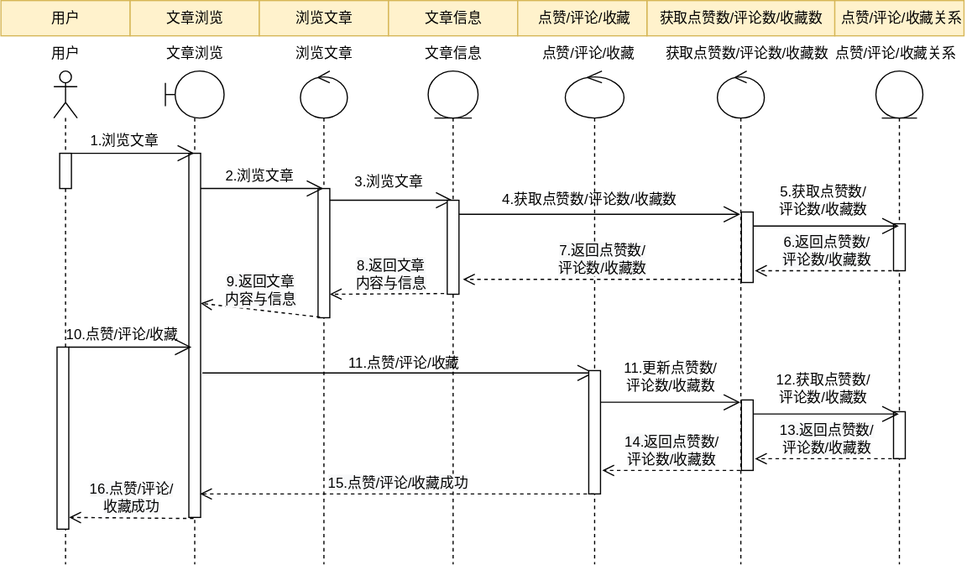
The draw.io diagram 文章浏览序列图.drawio.svg in WuShangMo/SquidGame1, before a commit. Source tidied: cells renumbered, new cells last; positions are measured from the earlier drawing's top-left corner, leaving out a move shared by most shapes.
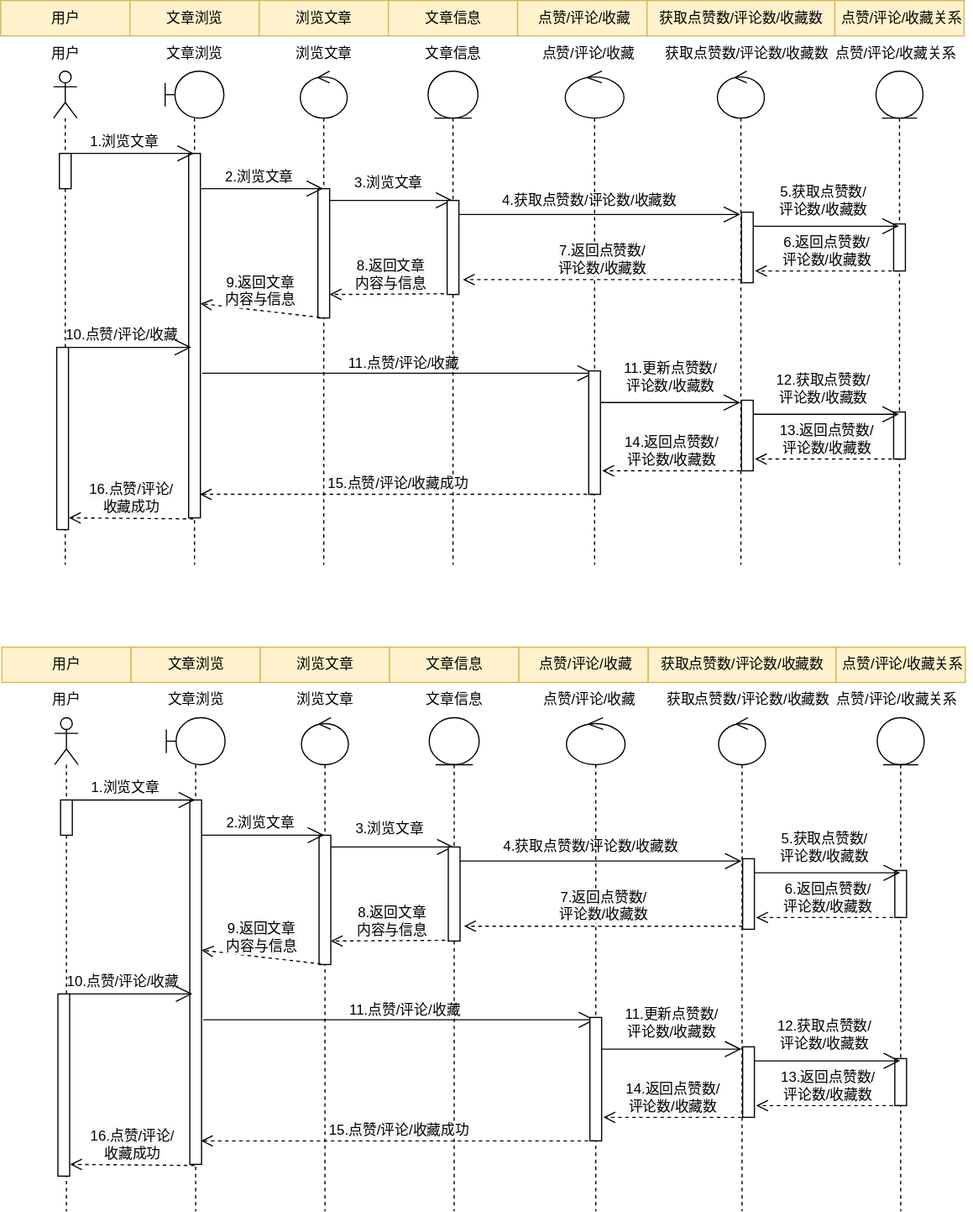
The same file after the commit.

Commit message:
更新文章浏览序列图.drawio.svg

Change to the diagram source:
```diff
@@ -210,5 +210,213 @@
         <mxPoint x="58.1" y="440" as="targetPoint" />
       </mxGeometry>
     </mxCell>
+    <mxCell id="59" value="用户" style="html=1;fillColor=#fff2cc;strokeColor=#d6b656;" parent="1" vertex="1">
+      <mxGeometry x="1" y="550" width="110" height="30" as="geometry" />
+    </mxCell>
+    <mxCell id="60" value="文章浏览" style="html=1;fillColor=#fff2cc;strokeColor=#d6b656;" parent="1" vertex="1">
+      <mxGeometry x="111" y="550" width="110" height="30" as="geometry" />
+    </mxCell>
+    <mxCell id="61" value="浏览文章" style="html=1;fillColor=#fff2cc;strokeColor=#d6b656;" parent="1" vertex="1">
+      <mxGeometry x="221" y="550" width="110" height="30" as="geometry" />
+    </mxCell>
+    <mxCell id="62" value="文章信息" style="html=1;fillColor=#fff2cc;strokeColor=#d6b656;" parent="1" vertex="1">
+      <mxGeometry x="331" y="550" width="110" height="30" as="geometry" />
+    </mxCell>
+    <mxCell id="63" value="获取点赞数/评论数/收藏数" style="html=1;fillColor=#fff2cc;strokeColor=#d6b656;" parent="1" vertex="1">
+      <mxGeometry x="551" y="550" width="160" height="30" as="geometry" />
+    </mxCell>
+    <mxCell id="64" value="&amp;nbsp;点赞/评论/收藏关系" style="html=1;fillColor=#fff2cc;strokeColor=#d6b656;" parent="1" vertex="1">
+      <mxGeometry x="711" y="550" width="110" height="30" as="geometry" />
+    </mxCell>
+    <mxCell id="65" value="&amp;nbsp;点赞/评论/收藏" style="html=1;fillColor=#fff2cc;strokeColor=#d6b656;" parent="1" vertex="1">
+      <mxGeometry x="441" y="550" width="110" height="30" as="geometry" />
+    </mxCell>
+    <mxCell id="66" style="shape=umlLifeline;participant=umlBoundary;perimeter=lifelinePerimeter;whiteSpace=wrap;html=1;verticalAlign=top;spacingTop=36;outlineConnect=0;" parent="1" vertex="1">
+      <mxGeometry x="141" y="610" width="50" height="420" as="geometry" />
+    </mxCell>
+    <mxCell id="67" style="html=1;points=[];perimeter=orthogonalPerimeter;" parent="66" vertex="1">
+      <mxGeometry x="20" y="70" width="10" height="310" as="geometry" />
+    </mxCell>
+    <mxCell id="68" style="shape=umlLifeline;participant=umlControl;perimeter=lifelinePerimeter;whiteSpace=wrap;html=1;verticalAlign=top;spacingTop=36;" parent="1" vertex="1">
+      <mxGeometry x="256" y="610" width="40" height="420" as="geometry" />
+    </mxCell>
+    <mxCell id="69" style="html=1;perimeter=orthogonalPerimeter;" parent="68" vertex="1">
+      <mxGeometry x="15" y="100" width="10" height="110" as="geometry" />
+    </mxCell>
+    <mxCell id="70" value="&lt;span style=&quot;font-size: 12px; background-color: rgb(248, 249, 250);&quot;&gt;8.返回文章&lt;br&gt;内容与信息&lt;/span&gt;" style="html=1;verticalAlign=bottom;endArrow=open;dashed=1;endSize=8;rounded=0;exitX=0.333;exitY=0.992;exitDx=0;exitDy=0;exitPerimeter=0;" parent="68" edge="1" source="102">
+      <mxGeometry relative="1" as="geometry">
+        <mxPoint x="25" y="190" as="targetPoint" />
+      </mxGeometry>
+    </mxCell>
+    <mxCell id="71" style="shape=umlLifeline;participant=umlEntity;perimeter=lifelinePerimeter;whiteSpace=wrap;html=1;verticalAlign=top;spacingTop=36;" parent="1" vertex="1">
+      <mxGeometry x="364.8" y="610" width="42.5" height="420" as="geometry" />
+    </mxCell>
+    <mxCell id="72" value="11.点赞/评论/收藏" style="text;html=1;align=center;verticalAlign=middle;strokeColor=none;fillColor=none;" parent="71" vertex="1">
+      <mxGeometry x="-81" y="234" width="120" height="30" as="geometry" />
+    </mxCell>
+    <mxCell id="73" style="shape=umlLifeline;participant=umlControl;perimeter=lifelinePerimeter;whiteSpace=wrap;html=1;verticalAlign=top;spacingTop=36;outlineConnect=0;" parent="1" vertex="1">
+      <mxGeometry x="481.5" y="610" width="50" height="420" as="geometry" />
+    </mxCell>
+    <mxCell id="74" value="4.获取点赞数/评论数/收藏数" style="text;html=1;align=center;verticalAlign=middle;strokeColor=none;fillColor=none;" parent="73" vertex="1">
+      <mxGeometry x="-65" y="95" width="170" height="30" as="geometry" />
+    </mxCell>
+    <mxCell id="75" style="endArrow=open;endFill=1;endSize=12;html=1;rounded=0;jumpSize=10;" parent="73" edge="1" target="73">
+      <mxGeometry relative="1" as="geometry">
+        <mxPoint x="-309" y="257" as="sourcePoint" />
+      </mxGeometry>
+    </mxCell>
+    <mxCell id="76" style="html=1;points=[];perimeter=orthogonalPerimeter;" parent="73" vertex="1">
+      <mxGeometry x="20" y="255" width="10" height="105" as="geometry" />
+    </mxCell>
+    <mxCell id="77" style="shape=umlLifeline;participant=umlEntity;perimeter=lifelinePerimeter;whiteSpace=wrap;html=1;verticalAlign=top;spacingTop=36;outlineConnect=0;" parent="1" vertex="1">
+      <mxGeometry x="746" y="610" width="40" height="420" as="geometry" />
+    </mxCell>
+    <mxCell id="78" style="html=1;perimeter=orthogonalPerimeter;" parent="77" vertex="1">
+      <mxGeometry x="15" y="130" width="10" height="40" as="geometry" />
+    </mxCell>
+    <mxCell id="79" style="html=1;perimeter=orthogonalPerimeter;" parent="77" vertex="1">
+      <mxGeometry x="15" y="290" width="10" height="40" as="geometry" />
+    </mxCell>
+    <mxCell id="80" style="endArrow=open;endFill=1;endSize=12;html=1;rounded=0;" parent="77" edge="1" source="76">
+      <mxGeometry relative="1" as="geometry">
+        <mxPoint x="-115.5" y="282" as="targetPoint" />
+      </mxGeometry>
+    </mxCell>
+    <mxCell id="81" style="html=1;perimeter=orthogonalPerimeter;" parent="77" vertex="1">
+      <mxGeometry x="-114.5" y="280" width="10" height="60" as="geometry" />
+    </mxCell>
+    <mxCell id="82" style="endArrow=open;endFill=1;endSize=12;html=1;rounded=0;exitX=1;exitY=0.094;exitDx=0;exitDy=0;exitPerimeter=0;" parent="77" edge="1">
+      <mxGeometry relative="1" as="geometry">
+        <mxPoint x="-104.5" y="292" as="sourcePoint" />
+        <mxPoint x="19.5" y="292" as="targetPoint" />
+      </mxGeometry>
+    </mxCell>
+    <mxCell id="83" value="12.获取点赞数/&lt;br&gt;评论数/收藏数" style="text;html=1;align=center;verticalAlign=middle;strokeColor=none;fillColor=none;" parent="77" vertex="1">
+      <mxGeometry x="-95" y="250" width="100" height="40" as="geometry" />
+    </mxCell>
+    <mxCell id="84" value="&lt;span style=&quot;font-size: 12px; background-color: rgb(248, 249, 250);&quot;&gt;13.返回点赞数/&lt;/span&gt;&lt;br style=&quot;font-size: 12px; background-color: rgb(248, 249, 250);&quot;&gt;&lt;span style=&quot;font-size: 12px; background-color: rgb(248, 249, 250);&quot;&gt;评论数/收藏数&lt;/span&gt;" style="html=1;verticalAlign=bottom;endArrow=open;dashed=1;endSize=8;rounded=0;" parent="77" edge="1">
+      <mxGeometry relative="1" as="geometry">
+        <mxPoint x="19.5" y="330" as="sourcePoint" />
+        <mxPoint x="-103" y="330" as="targetPoint" />
+      </mxGeometry>
+    </mxCell>
+    <mxCell id="85" value="&lt;span style=&quot;font-size: 12px; background-color: rgb(248, 249, 250);&quot;&gt;14.返回点赞数/&lt;/span&gt;&lt;br style=&quot;font-size: 12px; background-color: rgb(248, 249, 250);&quot;&gt;&lt;span style=&quot;font-size: 12px; background-color: rgb(248, 249, 250);&quot;&gt;评论数/收藏数&lt;/span&gt;" style="html=1;verticalAlign=bottom;endArrow=open;dashed=1;endSize=8;rounded=0;" parent="77" edge="1" source="86">
+      <mxGeometry relative="1" as="geometry">
+        <mxPoint x="-233" y="340" as="targetPoint" />
+      </mxGeometry>
+    </mxCell>
+    <mxCell id="86" style="shape=umlLifeline;participant=umlControl;perimeter=lifelinePerimeter;whiteSpace=wrap;html=1;verticalAlign=top;spacingTop=36;outlineConnect=0;" parent="1" vertex="1">
+      <mxGeometry x="611" y="610" width="40" height="420" as="geometry" />
+    </mxCell>
+    <mxCell id="87" value="文章浏览" style="text;html=1;align=center;verticalAlign=middle;strokeColor=none;fillColor=none;" parent="1" vertex="1">
+      <mxGeometry x="131" y="580" width="70" height="30" as="geometry" />
+    </mxCell>
+    <mxCell id="88" value="浏览文章" style="text;html=1;align=center;verticalAlign=middle;strokeColor=none;fillColor=none;" parent="1" vertex="1">
+      <mxGeometry x="241" y="580" width="70" height="30" as="geometry" />
+    </mxCell>
+    <mxCell id="89" value="文章信息" style="text;html=1;align=center;verticalAlign=middle;strokeColor=none;fillColor=none;" parent="1" vertex="1">
+      <mxGeometry x="351" y="580" width="70" height="30" as="geometry" />
+    </mxCell>
+    <mxCell id="90" value="点赞/评论/收藏" style="text;html=1;align=center;verticalAlign=middle;strokeColor=none;fillColor=none;" parent="1" vertex="1">
+      <mxGeometry x="451" y="580" width="100" height="30" as="geometry" />
+    </mxCell>
+    <mxCell id="91" value="获取点赞数/评论数/收藏数" style="text;html=1;align=center;verticalAlign=middle;strokeColor=none;fillColor=none;" parent="1" vertex="1">
+      <mxGeometry x="556" y="580" width="160" height="30" as="geometry" />
+    </mxCell>
+    <mxCell id="92" value="&amp;nbsp;点赞/评论/收藏关系" style="text;html=1;align=center;verticalAlign=middle;strokeColor=none;fillColor=none;" parent="1" vertex="1">
+      <mxGeometry x="696" y="580" width="130" height="30" as="geometry" />
+    </mxCell>
+    <mxCell id="93" style="shape=umlLifeline;participant=umlActor;perimeter=lifelinePerimeter;whiteSpace=wrap;html=1;verticalAlign=top;spacingTop=36;" parent="1" vertex="1">
+      <mxGeometry x="46" y="610" width="20" height="420" as="geometry" />
+    </mxCell>
+    <mxCell id="94" style="html=1;perimeter=orthogonalPerimeter;" parent="93" vertex="1">
+      <mxGeometry x="5" y="70" width="10" height="30" as="geometry" />
+    </mxCell>
+    <mxCell id="95" value="用户" style="text;html=1;align=center;verticalAlign=middle;strokeColor=none;fillColor=none;" parent="1" vertex="1">
+      <mxGeometry x="31" y="580" width="50" height="30" as="geometry" />
+    </mxCell>
+    <mxCell id="96" style="endArrow=open;endFill=1;endSize=12;html=1;rounded=0;" parent="1" edge="1" target="66">
+      <mxGeometry relative="1" as="geometry">
+        <mxPoint x="61" y="680" as="sourcePoint" />
+      </mxGeometry>
+    </mxCell>
+    <mxCell id="97" value="1.浏览文章" style="text;html=1;align=center;verticalAlign=middle;strokeColor=none;fillColor=none;" parent="1" vertex="1">
+      <mxGeometry x="66" y="655" width="80" height="30" as="geometry" />
+    </mxCell>
+    <mxCell id="98" style="endArrow=open;endFill=1;endSize=12;html=1;rounded=0;exitX=1;exitY=0.094;exitDx=0;exitDy=0;exitPerimeter=0;" parent="1" edge="1">
+      <mxGeometry relative="1" as="geometry">
+        <mxPoint x="171" y="710" as="sourcePoint" />
+        <mxPoint x="275.5" y="710" as="targetPoint" />
+      </mxGeometry>
+    </mxCell>
+    <mxCell id="99" value="2.浏览文章" style="text;html=1;align=center;verticalAlign=middle;strokeColor=none;fillColor=none;" parent="1" vertex="1">
+      <mxGeometry x="181" y="685" width="80" height="30" as="geometry" />
+    </mxCell>
+    <mxCell id="100" style="endArrow=open;endFill=1;endSize=12;html=1;rounded=0;exitX=1;exitY=0.094;exitDx=0;exitDy=0;exitPerimeter=0;" parent="1" edge="1">
+      <mxGeometry relative="1" as="geometry">
+        <mxPoint x="281" y="720" as="sourcePoint" />
+        <mxPoint x="385.5" y="720" as="targetPoint" />
+      </mxGeometry>
+    </mxCell>
+    <mxCell id="101" value="3.浏览文章" style="text;html=1;align=center;verticalAlign=middle;strokeColor=none;fillColor=none;" parent="1" vertex="1">
+      <mxGeometry x="291" y="690" width="80" height="30" as="geometry" />
+    </mxCell>
+    <mxCell id="102" style="html=1;points=[];perimeter=orthogonalPerimeter;" parent="1" vertex="1">
+      <mxGeometry x="381" y="720" width="10" height="80" as="geometry" />
+    </mxCell>
+    <mxCell id="103" style="endArrow=open;endFill=1;endSize=12;html=1;rounded=0;exitX=1;exitY=0.094;exitDx=0;exitDy=0;exitPerimeter=0;" parent="1" edge="1" target="86">
+      <mxGeometry relative="1" as="geometry">
+        <mxPoint x="391" y="732" as="sourcePoint" />
+      </mxGeometry>
+    </mxCell>
+    <mxCell id="104" style="html=1;points=[];perimeter=orthogonalPerimeter;" parent="1" vertex="1">
+      <mxGeometry x="631.5" y="730" width="10" height="60" as="geometry" />
+    </mxCell>
+    <mxCell id="105" style="endArrow=open;endFill=1;endSize=12;html=1;rounded=0;exitX=1;exitY=0.094;exitDx=0;exitDy=0;exitPerimeter=0;" parent="1" edge="1" target="77">
+      <mxGeometry relative="1" as="geometry">
+        <mxPoint x="641.5" y="742" as="sourcePoint" />
+      </mxGeometry>
+    </mxCell>
+    <mxCell id="106" value="5.获取点赞数/&lt;br&gt;评论数/收藏数" style="text;html=1;align=center;verticalAlign=middle;strokeColor=none;fillColor=none;" parent="1" vertex="1">
+      <mxGeometry x="651" y="700" width="100" height="40" as="geometry" />
+    </mxCell>
+    <mxCell id="107" value="&lt;span style=&quot;font-size: 12px; background-color: rgb(248, 249, 250);&quot;&gt;6.返回点赞数/&lt;/span&gt;&lt;br style=&quot;font-size: 12px; background-color: rgb(248, 249, 250);&quot;&gt;&lt;span style=&quot;font-size: 12px; background-color: rgb(248, 249, 250);&quot;&gt;评论数/收藏数&lt;/span&gt;" style="html=1;verticalAlign=bottom;endArrow=open;dashed=1;endSize=8;rounded=0;" parent="1" edge="1" source="77">
+      <mxGeometry relative="1" as="geometry">
+        <mxPoint x="643" y="780" as="targetPoint" />
+      </mxGeometry>
+    </mxCell>
+    <mxCell id="108" value="&lt;span style=&quot;font-size: 12px; background-color: rgb(248, 249, 250);&quot;&gt;7.返回点赞数/&lt;/span&gt;&lt;br style=&quot;font-size: 12px; background-color: rgb(248, 249, 250);&quot;&gt;&lt;span style=&quot;font-size: 12px; background-color: rgb(248, 249, 250);&quot;&gt;评论数/收藏数&lt;/span&gt;" style="html=1;verticalAlign=bottom;endArrow=open;dashed=1;endSize=8;rounded=0;entryX=1.333;entryY=0.842;entryDx=0;entryDy=0;entryPerimeter=0;" parent="1" edge="1" source="104" target="102">
+      <mxGeometry relative="1" as="geometry" />
+    </mxCell>
+    <mxCell id="109" value="&lt;span style=&quot;font-size: 12px; background-color: rgb(248, 249, 250);&quot;&gt;9.返回文章&lt;br&gt;内容与信息&lt;/span&gt;" style="html=1;verticalAlign=bottom;endArrow=open;dashed=1;endSize=8;rounded=0;exitX=0.333;exitY=0.992;exitDx=0;exitDy=0;exitPerimeter=0;entryX=1;entryY=0.412;entryDx=0;entryDy=0;entryPerimeter=0;" parent="1" edge="1" target="67">
+      <mxGeometry relative="1" as="geometry">
+        <mxPoint x="272.7" y="819.5" as="sourcePoint" />
+      </mxGeometry>
+    </mxCell>
+    <mxCell id="110" style="html=1;perimeter=orthogonalPerimeter;" parent="1" vertex="1">
+      <mxGeometry x="48.8" y="845" width="10" height="155" as="geometry" />
+    </mxCell>
+    <mxCell id="111" style="endArrow=open;endFill=1;endSize=12;html=1;rounded=0;" parent="1" edge="1">
+      <mxGeometry relative="1" as="geometry">
+        <mxPoint x="58.8" y="845" as="sourcePoint" />
+        <mxPoint x="163.2" y="845" as="targetPoint" />
+      </mxGeometry>
+    </mxCell>
+    <mxCell id="112" value="10.点赞/评论/收藏" style="text;html=1;align=center;verticalAlign=middle;strokeColor=none;fillColor=none;" parent="1" vertex="1">
+      <mxGeometry x="43.8" y="820" width="120" height="30" as="geometry" />
+    </mxCell>
+    <mxCell id="113" value="11.更新点赞数/&lt;br&gt;评论数/收藏数" style="text;html=1;align=center;verticalAlign=middle;strokeColor=none;fillColor=none;" parent="1" vertex="1">
+      <mxGeometry x="521" y="850" width="100" height="40" as="geometry" />
+    </mxCell>
+    <mxCell id="114" value="&lt;span style=&quot;font-size: 12px; background-color: rgb(248, 249, 250);&quot;&gt;15.点赞/评论/收藏成功&lt;/span&gt;" style="html=1;verticalAlign=bottom;endArrow=open;dashed=1;endSize=8;rounded=0;" parent="1" edge="1" source="73">
+      <mxGeometry relative="1" as="geometry">
+        <mxPoint x="170.5" y="970" as="targetPoint" />
+      </mxGeometry>
+    </mxCell>
+    <mxCell id="115" value="&lt;span style=&quot;font-size: 12px; background-color: rgb(248, 249, 250);&quot;&gt;16.点赞/评论/&lt;br&gt;收藏成功&lt;/span&gt;" style="html=1;verticalAlign=bottom;endArrow=open;dashed=1;endSize=8;rounded=0;exitX=0.395;exitY=1.003;exitDx=0;exitDy=0;exitPerimeter=0;" parent="1" edge="1" source="67">
+      <mxGeometry relative="1" as="geometry">
+        <mxPoint x="59.1" y="990" as="targetPoint" />
+      </mxGeometry>
+    </mxCell>
   </root>
 </mxGraphModel>
```
